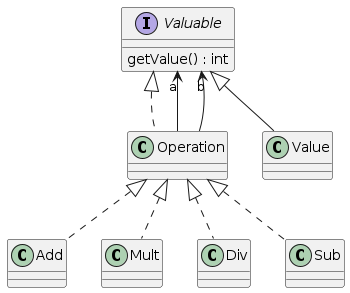
Earlier version of the PlantUML export Documentation/Composite Operations Math.png (florentBourgeois/ENSISA_2022_Calculatrice).
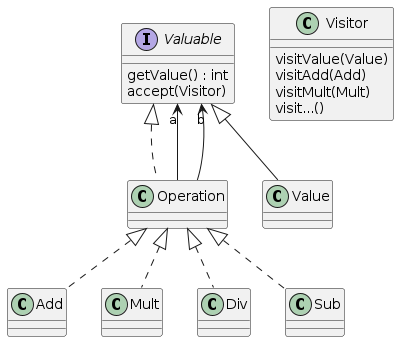
Later version of the same file.

Commit message:
refactor visitor path and update documentation

Change to the diagram source:
```diff
@@ -1,7 +1,11 @@
 @startuml
 Interface Valuable {
   getValue() : int
+  accept(Visitor)
+
 }
+
+
 
 Operation <|.. Add
 Operation <|.. Mult
@@ -15,4 +19,12 @@
 
 
 Valuable <|-- Value
+
+
+class Visitor{
+  visitValue(Value)
+  visitAdd(Add)
+  visitMult(Mult)
+  visit...()
+}
 @enduml
```
